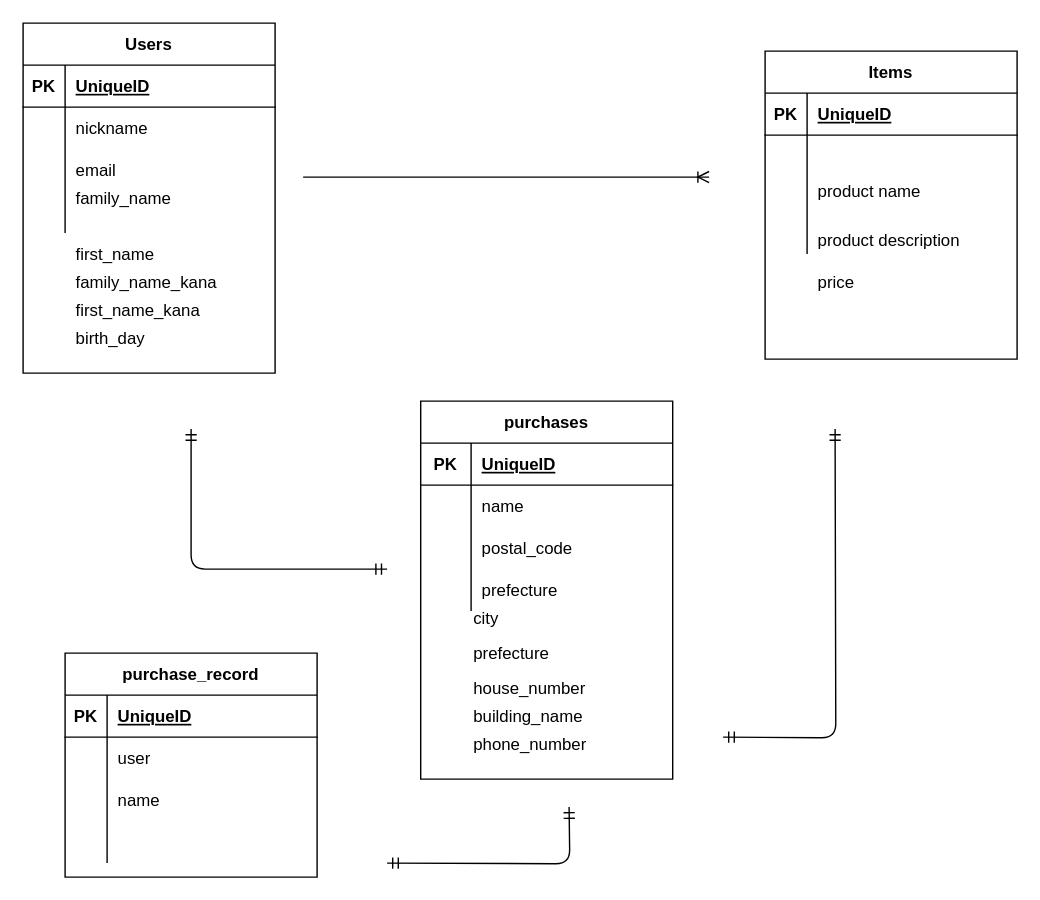
The draw.io diagram test.dio in YAIBA4869/furima-36468, before the edit. Source tidied: cells renumbered, new cells numbered last; positions are measured from the earlier drawing's top-left corner, leaving out a move shared by most shapes. Both pictures are drawn from the tidied source at 140%, with x=0, y=0 at pixel (22, 22).
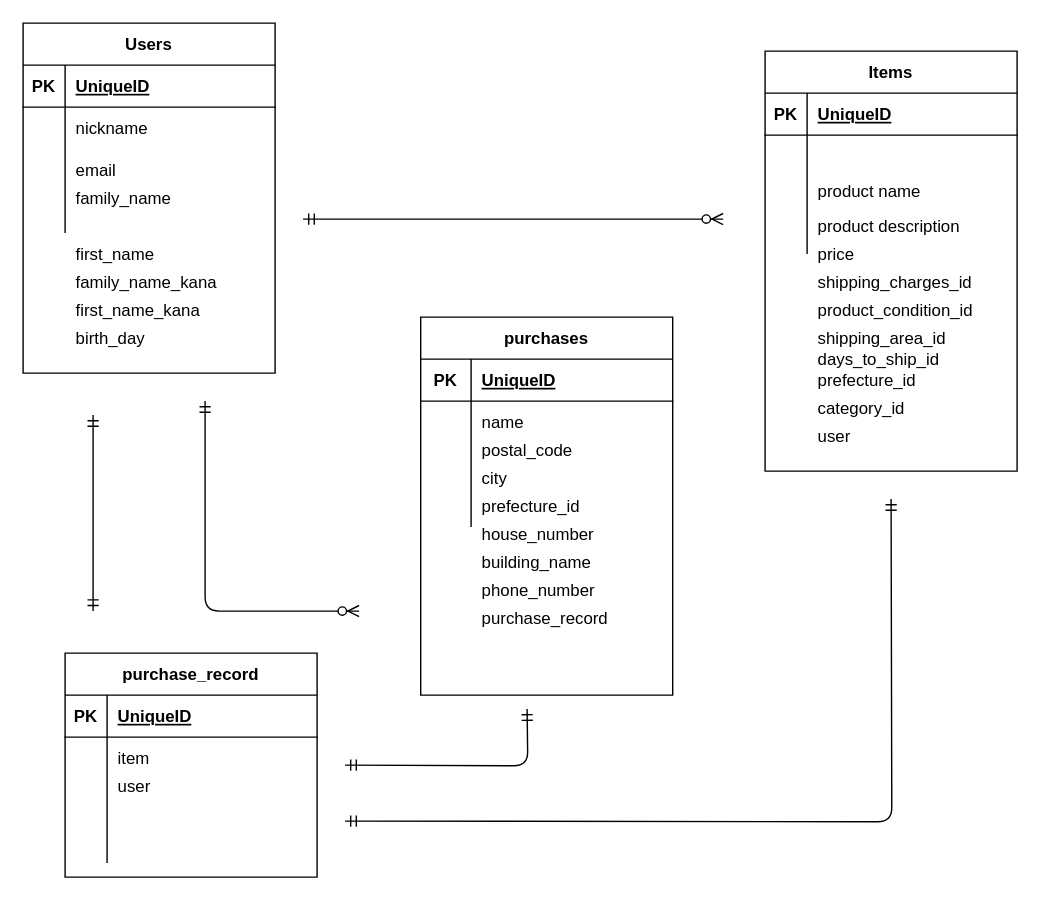
The same diagram, later.

The change refers to these unchanged cells:
```xml
<mxCell id="35" style="shape=partialRectangle;fillColor=none;top=0;left=0;bottom=0;right=0;" parent="28" vertex="1">
  <mxGeometry y="90" width="180" height="30" as="geometry" />
</mxCell>
<mxCell id="38" style="shape=partialRectangle;fillColor=none;top=0;left=0;bottom=0;right=0;" parent="28" vertex="1">
  <mxGeometry y="120" width="180" height="30" as="geometry" />
</mxCell>
<mxCell id="70" style="shape=partialRectangle;fillColor=none;top=0;left=0;bottom=0;right=0;" parent="66" vertex="1">
  <mxGeometry y="60" width="180" height="30" as="geometry" />
</mxCell>
<mxCell id="73" style="shape=partialRectangle;fillColor=none;top=0;left=0;bottom=0;right=0;" parent="66" vertex="1">
  <mxGeometry y="90" width="180" height="30" as="geometry" />
</mxCell>
```

Change to the diagram source:
```diff
@@
     <mxCell id="15" value="Items" style="shape=table;startSize=30;childLayout=tableLayout;rowLines=0;fontStyle=1;align=center;" parent="1" vertex="1">
-      <mxGeometry x="530" y="20" width="180" height="220" as="geometry" />
+      <mxGeometry x="530" y="20" width="180" height="300" as="geometry" />
     </mxCell>
@@
     <mxCell id="28" value="purchases" style="shape=table;startSize=30;childLayout=tableLayout;rowLines=0;fontStyle=1;align=center;" parent="1" vertex="1">
-      <mxGeometry x="284" y="270" width="180" height="270" as="geometry" />
+      <mxGeometry x="284" y="210" width="180" height="270" as="geometry" />
     </mxCell>
@@
-    <mxCell id="37" value="postal_code" style="shape=partialRectangle;fillColor=none;top=0;left=0;bottom=0;right=0;align=left;spacingLeft=6;overflow=hidden;" parent="35" vertex="1">
+    <mxCell id="37" style="shape=partialRectangle;fillColor=none;top=0;left=0;bottom=0;right=0;align=left;spacingLeft=6;overflow=hidden;" parent="35" vertex="1">
       <mxGeometry x="36" width="144" height="30" as="geometry" />
     </mxCell>
@@
-    <mxCell id="40" value="prefecture" style="shape=partialRectangle;fillColor=none;top=0;left=0;bottom=0;right=0;align=left;spacingLeft=6;overflow=hidden;" parent="38" vertex="1">
+    <mxCell id="40" style="shape=partialRectangle;fillColor=none;top=0;left=0;bottom=0;right=0;align=left;spacingLeft=6;overflow=hidden;" parent="38" vertex="1">
       <mxGeometry x="36" width="144" height="30" as="geometry" />
     </mxCell>
@@
-    <mxCell id="47" value="city" style="shape=partialRectangle;fillColor=none;top=0;left=0;bottom=0;right=0;align=left;spacingLeft=6;overflow=hidden;" parent="1" vertex="1">
-      <mxGeometry x="314" y="410" width="150" height="30" as="geometry" />
+    <mxCell id="47" value="postal_code" style="shape=partialRectangle;fillColor=none;top=0;left=0;bottom=0;right=0;align=left;spacingLeft=6;overflow=hidden;" parent="1" vertex="1">
+      <mxGeometry x="320" y="290" width="150" height="30" as="geometry" />
     </mxCell>
-    <mxCell id="48" value="prefecture" style="shape=partialRectangle;fillColor=none;top=0;left=0;bottom=0;right=0;align=left;spacingLeft=6;overflow=hidden;" parent="1" vertex="1">
-      <mxGeometry x="314" y="434.5" width="150" height="30" as="geometry" />
+    <mxCell id="48" value="prefecture_id" style="shape=partialRectangle;fillColor=none;top=0;left=0;bottom=0;right=0;align=left;spacingLeft=6;overflow=hidden;" parent="1" vertex="1">
+      <mxGeometry x="320" y="330" width="150" height="30" as="geometry" />
     </mxCell>
     <mxCell id="49" value="house_number" style="shape=partialRectangle;fillColor=none;top=0;left=0;bottom=0;right=0;align=left;spacingLeft=6;overflow=hidden;" parent="1" vertex="1">
-      <mxGeometry x="314" y="460" width="150" height="30" as="geometry" />
+      <mxGeometry x="320" y="350" width="150" height="30" as="geometry" />
     </mxCell>
     <mxCell id="50" value="phone_number" style="shape=partialRectangle;fillColor=none;top=0;left=0;bottom=0;right=0;align=left;spacingLeft=6;overflow=hidden;" parent="1" vertex="1">
-      <mxGeometry x="314" y="500" width="150" height="30" as="geometry" />
+      <mxGeometry x="320" y="390" width="150" height="30" as="geometry" />
     </mxCell>
     <mxCell id="51" value="building_name" style="shape=partialRectangle;fillColor=none;top=0;left=0;bottom=0;right=0;align=left;spacingLeft=6;overflow=hidden;" parent="1" vertex="1">
-      <mxGeometry x="314" y="480" width="150" height="30" as="geometry" />
+      <mxGeometry x="320" y="370" width="150" height="30" as="geometry" />
     </mxCell>
-    <mxCell id="52" style="edgeStyle=entityRelationEdgeStyle;fontSize=12;html=1;endArrow=ERoneToMany;fontColor=#FFFFFF;" parent="1" edge="1">
-      <mxGeometry relative="1" as="geometry">
-        <mxPoint x="200" y="110" as="sourcePoint" />
-        <mxPoint x="490" y="110" as="targetPoint" />
-      </mxGeometry>
-    </mxCell>
-    <mxCell id="53" style="edgeStyle=orthogonalEdgeStyle;fontSize=12;html=1;endArrow=ERmandOne;startArrow=ERmandOne;fontColor=#FFFFFF;" parent="1" edge="1">
-      <mxGeometry relative="1" as="geometry">
-        <mxPoint x="120" y="290" as="sourcePoint" />
-        <mxPoint x="260" y="390" as="targetPoint" />
-        <Array as="points">
-          <mxPoint x="120" y="350" />
-          <mxPoint x="120" y="350" />
-        </Array>
-      </mxGeometry>
-    </mxCell>
     <mxCell id="54" style="edgeStyle=orthogonalEdgeStyle;fontSize=12;html=1;endArrow=ERmandOne;startArrow=ERmandOne;fontColor=#FFFFFF;" parent="1" edge="1">
       <mxGeometry relative="1" as="geometry">
-        <mxPoint x="500" y="510" as="sourcePoint" />
-        <mxPoint x="580" y="290" as="targetPoint" />
+        <mxPoint x="230" y="570" as="sourcePoint" />
+        <mxPoint x="620" y="340" as="targetPoint" />
       </mxGeometry>
     </mxCell>
@@
     <mxCell id="64" value="product description" style="shape=partialRectangle;fillColor=none;top=0;left=0;bottom=0;right=0;align=left;spacingLeft=6;overflow=hidden;" parent="1" vertex="1">
-      <mxGeometry x="560" y="140" width="150" height="30" as="geometry" />
+      <mxGeometry x="560" y="130" width="150" height="30" as="geometry" />
     </mxCell>
     <mxCell id="65" value="price" style="shape=partialRectangle;fillColor=none;top=0;left=0;bottom=0;right=0;align=left;spacingLeft=6;overflow=hidden;" parent="1" vertex="1">
-      <mxGeometry x="560" y="170" width="150" height="30" as="geometry" />
+      <mxGeometry x="560" y="150" width="150" height="30" as="geometry" />
     </mxCell>
@@
-    <mxCell id="72" value="user" style="shape=partialRectangle;fillColor=none;top=0;left=0;bottom=0;right=0;align=left;spacingLeft=6;overflow=hidden;" parent="70" vertex="1">
+    <mxCell id="72" value="item" style="shape=partialRectangle;fillColor=none;top=0;left=0;bottom=0;right=0;align=left;spacingLeft=6;overflow=hidden;" parent="70" vertex="1">
       <mxGeometry x="30" width="150" height="30" as="geometry" />
     </mxCell>
@@
-    <mxCell id="75" value="name" style="shape=partialRectangle;fillColor=none;top=0;left=0;bottom=0;right=0;align=left;spacingLeft=6;overflow=hidden;" parent="73" vertex="1">
+    <mxCell id="75" style="shape=partialRectangle;fillColor=none;top=0;left=0;bottom=0;right=0;align=left;spacingLeft=6;overflow=hidden;" parent="73" vertex="1">
       <mxGeometry x="30" width="150" height="30" as="geometry" />
     </mxCell>
@@
     <mxCell id="79" style="edgeStyle=orthogonalEdgeStyle;fontSize=12;html=1;endArrow=ERmandOne;startArrow=ERmandOne;fontColor=#FFFFFF;" parent="1" edge="1">
       <mxGeometry relative="1" as="geometry">
-        <mxPoint x="260" y="600" as="sourcePoint" />
-        <mxPoint x="390" y="560" as="targetPoint" />
+        <mxPoint x="230" y="530" as="sourcePoint" />
+        <mxPoint x="360" y="490" as="targetPoint" />
       </mxGeometry>
     </mxCell>
+    <mxCell id="80" style="edgeStyle=orthogonalEdgeStyle;fontSize=12;html=1;endArrow=ERmandOne;startArrow=ERmandOne;fontColor=#FFFFFF;" parent="1" edge="1">
+      <mxGeometry relative="1" as="geometry">
+        <mxPoint x="50" y="280" as="sourcePoint" />
+        <mxPoint x="50" y="420" as="targetPoint" />
+        <Array as="points">
+          <mxPoint x="50" y="340" />
+          <mxPoint x="50" y="340" />
+        </Array>
+      </mxGeometry>
+    </mxCell>
+    <mxCell id="81" value="prefecture_id" style="shape=partialRectangle;fillColor=none;top=0;left=0;bottom=0;right=0;align=left;spacingLeft=6;overflow=hidden;" parent="1" vertex="1">
+      <mxGeometry x="560" y="240" width="150" height="30" as="geometry" />
+    </mxCell>
+    <mxCell id="82" value="user" style="shape=partialRectangle;fillColor=none;top=0;left=0;bottom=0;right=0;align=left;spacingLeft=6;overflow=hidden;" parent="1" vertex="1">
+      <mxGeometry x="560" y="280" width="150" height="30" as="geometry" />
+    </mxCell>
+    <mxCell id="83" value="product_condition_id" style="shape=partialRectangle;fillColor=none;top=0;left=0;bottom=0;right=0;align=left;spacingLeft=6;overflow=hidden;" parent="1" vertex="1">
+      <mxGeometry x="560" y="190" width="150" height="30" as="geometry" />
+    </mxCell>
+    <mxCell id="84" value="category_id" style="shape=partialRectangle;fillColor=none;top=0;left=0;bottom=0;right=0;align=left;spacingLeft=6;overflow=hidden;" parent="1" vertex="1">
+      <mxGeometry x="560" y="260" width="150" height="30" as="geometry" />
+    </mxCell>
+    <mxCell id="85" value="shipping_charges_id" style="shape=partialRectangle;fillColor=none;top=0;left=0;bottom=0;right=0;align=left;spacingLeft=6;overflow=hidden;" parent="1" vertex="1">
+      <mxGeometry x="560" y="170" width="150" height="30" as="geometry" />
+    </mxCell>
+    <mxCell id="86" value="days_to_ship_id" style="shape=partialRectangle;fillColor=none;top=0;left=0;bottom=0;right=0;align=left;spacingLeft=6;overflow=hidden;" parent="1" vertex="1">
+      <mxGeometry x="560" y="230" width="150" height="20" as="geometry" />
+    </mxCell>
+    <mxCell id="87" value="shipping_area_id" style="shape=partialRectangle;fillColor=none;top=0;left=0;bottom=0;right=0;align=left;spacingLeft=6;overflow=hidden;" parent="1" vertex="1">
+      <mxGeometry x="560" y="210" width="150" height="30" as="geometry" />
+    </mxCell>
+    <mxCell id="88" style="edgeStyle=entityRelationEdgeStyle;fontSize=12;html=1;endArrow=ERzeroToMany;startArrow=ERmandOne;" parent="1" edge="1">
+      <mxGeometry relative="1" as="geometry">
+        <mxPoint x="200" y="140" as="sourcePoint" />
+        <mxPoint x="500" y="140" as="targetPoint" />
+      </mxGeometry>
+    </mxCell>
+    <mxCell id="89" value="city" style="shape=partialRectangle;fillColor=none;top=0;left=0;bottom=0;right=0;align=left;spacingLeft=6;overflow=hidden;" parent="1" vertex="1">
+      <mxGeometry x="320" y="310" width="150" height="30" as="geometry" />
+    </mxCell>
+    <mxCell id="90" value="purchase_record" style="shape=partialRectangle;fillColor=none;top=0;left=0;bottom=0;right=0;align=left;spacingLeft=6;overflow=hidden;" parent="1" vertex="1">
+      <mxGeometry x="320" y="410" width="150" height="30" as="geometry" />
+    </mxCell>
+    <mxCell id="91" value="user" style="shape=partialRectangle;fillColor=none;top=0;left=0;bottom=0;right=0;align=left;spacingLeft=6;overflow=hidden;" parent="1" vertex="1">
+      <mxGeometry x="60" y="530" width="150" height="30" as="geometry" />
+    </mxCell>
+    <mxCell id="92" style="fontSize=12;html=1;endArrow=ERzeroToMany;startArrow=ERmandOne;edgeStyle=orthogonalEdgeStyle;" parent="1" edge="1">
+      <mxGeometry relative="1" as="geometry">
+        <mxPoint x="130" y="270" as="sourcePoint" />
+        <mxPoint x="240" y="420" as="targetPoint" />
+        <Array as="points">
+          <mxPoint x="130" y="270" />
+          <mxPoint x="130" y="420" />
+        </Array>
+      </mxGeometry>
+    </mxCell>
```
